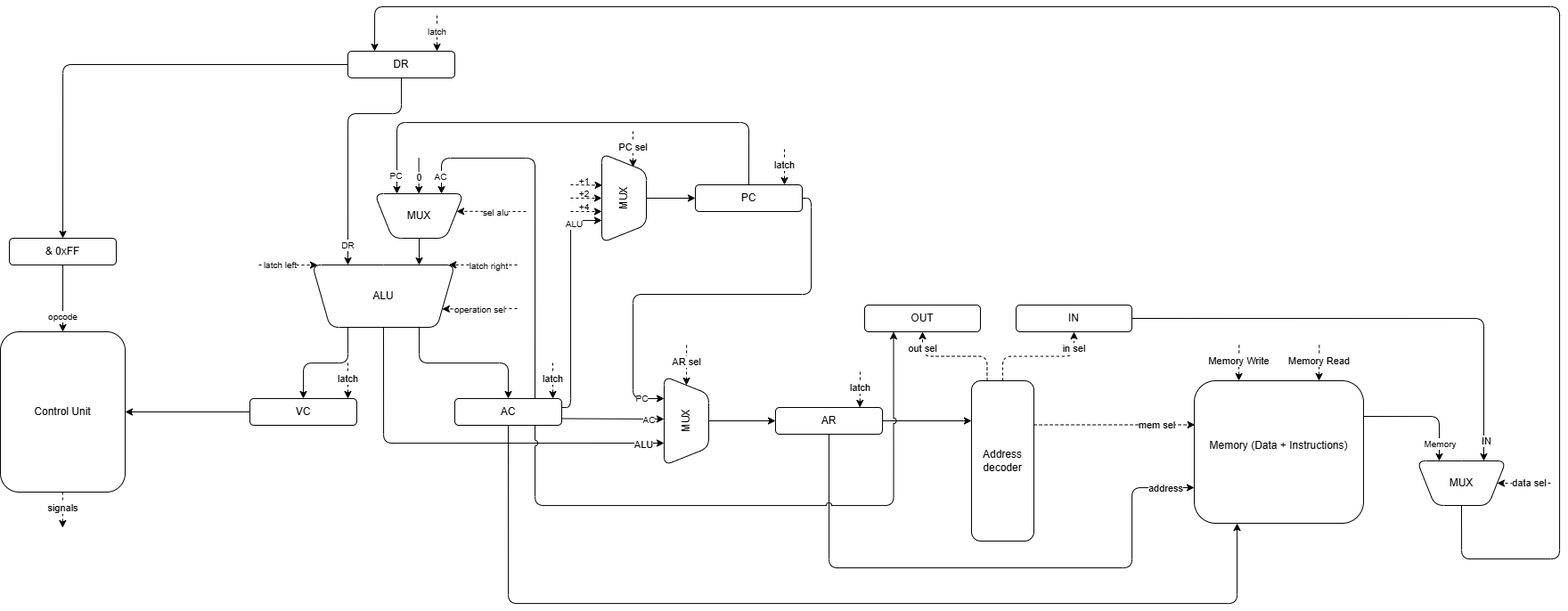
This is scheme/scheme_lab3.png from KatyaGalak/csa_lab3, a draw.io export, as it was before one commit. Source tidied: cells renumbered, new cells last; positions are measured from the earlier drawing's top-left corner, leaving out a move shared by most shapes.
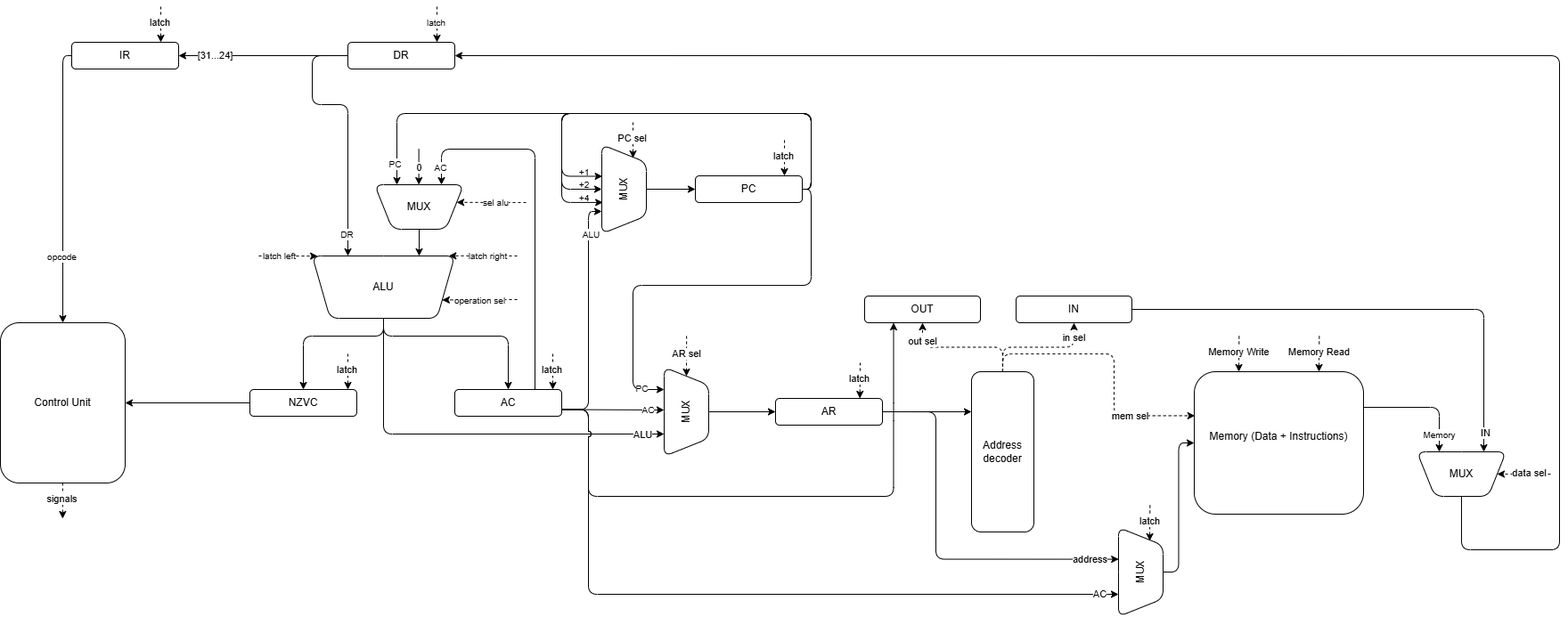
After the commit.

Diff of the diagram source:
```diff
@@ -16,14 +16,24 @@
     <mxCell id="5" style="edgeStyle=none;html=1;exitX=0;exitY=0.5;exitDx=0;exitDy=0;entryX=1;entryY=0.5;entryDx=0;entryDy=0;" parent="1" edge="1" source="6" target="25">
       <mxGeometry relative="1" as="geometry" />
     </mxCell>
-    <mxCell id="6" value="VC" style="rounded=1;whiteSpace=wrap;html=1;" parent="1" vertex="1">
+    <mxCell id="6" value="NZVC" style="rounded=1;whiteSpace=wrap;html=1;" parent="1" vertex="1">
       <mxGeometry x="280" y="440" width="120" height="30" as="geometry" />
     </mxCell>
-    <mxCell id="7" style="edgeStyle=orthogonalEdgeStyle;html=1;exitX=0.25;exitY=0;exitDx=0;exitDy=0;entryX=0.5;entryY=0;entryDx=0;entryDy=0;" parent="1" edge="1" source="11" target="45">
-      <mxGeometry relative="1" as="geometry" />
+    <mxCell id="7" style="edgeStyle=orthogonalEdgeStyle;html=1;exitX=0.5;exitY=0;exitDx=0;exitDy=0;entryX=0.5;entryY=0;entryDx=0;entryDy=0;" parent="1" edge="1" source="11" target="45">
+      <mxGeometry relative="1" as="geometry">
+        <Array as="points">
+          <mxPoint x="430" y="380" />
+          <mxPoint x="570" y="380" />
+        </Array>
+      </mxGeometry>
     </mxCell>
-    <mxCell id="8" style="edgeStyle=orthogonalEdgeStyle;html=1;exitX=0.75;exitY=0;exitDx=0;exitDy=0;entryX=0.5;entryY=0;entryDx=0;entryDy=0;" parent="1" edge="1" source="11" target="6">
-      <mxGeometry relative="1" as="geometry" />
+    <mxCell id="8" style="edgeStyle=orthogonalEdgeStyle;html=1;exitX=0.5;exitY=0;exitDx=0;exitDy=0;entryX=0.5;entryY=0;entryDx=0;entryDy=0;" parent="1" edge="1" source="11" target="6">
+      <mxGeometry relative="1" as="geometry">
+        <Array as="points">
+          <mxPoint x="430" y="380" />
+          <mxPoint x="340" y="380" />
+        </Array>
+      </mxGeometry>
     </mxCell>
     <mxCell id="9" style="edgeStyle=orthogonalEdgeStyle;html=1;exitX=0.5;exitY=0;exitDx=0;exitDy=0;entryX=0.25;entryY=0;entryDx=0;entryDy=0;" parent="1" edge="1" source="11" target="47">
       <mxGeometry relative="1" as="geometry" />
@@ -47,10 +57,11 @@
     <mxCell id="13" value="&lt;font style=&quot;font-size: 10px;&quot;&gt;PC&lt;/font&gt;" style="edgeLabel;html=1;align=center;verticalAlign=middle;" parent="12" vertex="1">
       <mxGeometry x="0.89" y="1" relative="1" as="geometry" />
     </mxCell>
-    <mxCell id="14" style="edgeStyle=orthogonalEdgeStyle;html=1;exitX=0.5;exitY=0;exitDx=0;exitDy=0;entryX=0.25;entryY=0;entryDx=0;entryDy=0;" parent="1" edge="1" source="16" target="57">
+    <mxCell id="14" style="edgeStyle=orthogonalEdgeStyle;html=1;exitX=1;exitY=0.5;exitDx=0;exitDy=0;entryX=0.25;entryY=0;entryDx=0;entryDy=0;" parent="1" edge="1" source="16" target="57">
       <mxGeometry relative="1" as="geometry">
         <Array as="points">
-          <mxPoint x="840" y="130" />
+          <mxPoint x="910" y="215" />
+          <mxPoint x="910" y="130" />
           <mxPoint x="445" y="130" />
         </Array>
       </mxGeometry>
@@ -58,34 +69,43 @@
     <mxCell id="15" value="&lt;font style=&quot;font-size: 10px;&quot;&gt;PC&lt;/font&gt;" style="edgeLabel;html=1;align=center;verticalAlign=middle;" parent="14" vertex="1">
       <mxGeometry x="0.93" y="-2" relative="1" as="geometry" />
     </mxCell>
+    <mxCell id="94" style="edgeStyle=orthogonalEdgeStyle;html=1;exitX=1;exitY=0.5;exitDx=0;exitDy=0;entryX=0.5;entryY=0;entryDx=0;entryDy=0;" parent="1" edge="1" source="16" target="81">
+      <mxGeometry relative="1" as="geometry">
+        <Array as="points">
+          <mxPoint x="910" y="215" />
+          <mxPoint x="910" y="130" />
+          <mxPoint x="630" y="130" />
+          <mxPoint x="630" y="215" />
+        </Array>
+      </mxGeometry>
+    </mxCell>
     <mxCell id="16" value="&lt;div&gt;PC&lt;/div&gt;" style="rounded=1;whiteSpace=wrap;html=1;" parent="1" vertex="1">
       <mxGeometry x="780" y="200" width="120" height="30" as="geometry" />
     </mxCell>
     <mxCell id="17" style="edgeStyle=orthogonalEdgeStyle;html=1;exitX=1;exitY=0.5;exitDx=0;exitDy=0;entryX=0;entryY=0.25;entryDx=0;entryDy=0;" parent="1" edge="1" source="20" target="32">
       <mxGeometry relative="1" as="geometry" />
     </mxCell>
-    <mxCell id="18" style="edgeStyle=orthogonalEdgeStyle;html=1;exitX=0.5;exitY=1;exitDx=0;exitDy=0;entryX=0;entryY=0.75;entryDx=0;entryDy=0;" parent="1" edge="1" source="20" target="4">
+    <mxCell id="18" style="edgeStyle=orthogonalEdgeStyle;html=1;exitX=1;exitY=0.5;exitDx=0;exitDy=0;entryX=0.644;entryY=0.996;entryDx=0;entryDy=0;entryPerimeter=0;" parent="1" edge="1" source="20" target="102">
       <mxGeometry relative="1" as="geometry">
         <Array as="points">
-          <mxPoint x="930" y="630" />
-          <mxPoint x="1270" y="630" />
-          <mxPoint x="1270" y="540" />
+          <mxPoint x="1050" y="465" />
+          <mxPoint x="1050" y="631" />
         </Array>
       </mxGeometry>
     </mxCell>
     <mxCell id="19" value="address" style="edgeLabel;html=1;align=center;verticalAlign=middle;" parent="18" vertex="1">
-      <mxGeometry x="0.9" relative="1" as="geometry" />
+      <mxGeometry x="0.9" relative="1" as="geometry">
+        <mxPoint x="-11" as="offset" />
+      </mxGeometry>
     </mxCell>
     <mxCell id="20" value="&lt;div&gt;AR&lt;/div&gt;" style="rounded=1;whiteSpace=wrap;html=1;" parent="1" vertex="1">
       <mxGeometry x="870" y="450" width="120" height="30" as="geometry" />
     </mxCell>
-    <mxCell id="21" style="edgeStyle=orthogonalEdgeStyle;html=1;exitX=0;exitY=0.5;exitDx=0;exitDy=0;entryX=0.5;entryY=0;entryDx=0;entryDy=0;" parent="1" edge="1" source="24" target="55">
-      <mxGeometry relative="1" as="geometry" />
-    </mxCell>
-    <mxCell id="22" style="edgeStyle=orthogonalEdgeStyle;html=1;exitX=0.5;exitY=1;exitDx=0;exitDy=0;entryX=0.75;entryY=1;entryDx=0;entryDy=0;" parent="1" edge="1" source="24" target="11">
+    <mxCell id="22" style="edgeStyle=orthogonalEdgeStyle;html=1;exitX=0;exitY=0.5;exitDx=0;exitDy=0;entryX=0.75;entryY=1;entryDx=0;entryDy=0;" parent="1" edge="1" source="24" target="11">
       <mxGeometry relative="1" as="geometry">
         <Array as="points">
-          <mxPoint x="450" y="120" />
+          <mxPoint x="350" y="65" />
+          <mxPoint x="350" y="120" />
           <mxPoint x="390" y="120" />
         </Array>
       </mxGeometry>
@@ -93,14 +113,28 @@
     <mxCell id="23" value="&lt;font style=&quot;font-size: 10px;&quot;&gt;DR&lt;/font&gt;" style="edgeLabel;html=1;align=center;verticalAlign=middle;" parent="22" vertex="1">
       <mxGeometry x="0.84" y="-1" relative="1" as="geometry" />
     </mxCell>
+    <mxCell id="95" style="edgeStyle=none;html=1;exitX=0;exitY=0.5;exitDx=0;exitDy=0;entryX=1;entryY=0.5;entryDx=0;entryDy=0;" parent="1" edge="1" source="24" target="98">
+      <mxGeometry relative="1" as="geometry" />
+    </mxCell>
+    <mxCell id="96" value="[31...24]" style="edgeLabel;html=1;align=center;verticalAlign=middle;" parent="95" vertex="1">
+      <mxGeometry x="0.77" relative="1" as="geometry">
+        <mxPoint x="18" as="offset" />
+      </mxGeometry>
+    </mxCell>
     <mxCell id="24" value="&lt;div&gt;DR&lt;/div&gt;" style="rounded=1;whiteSpace=wrap;html=1;" parent="1" vertex="1">
       <mxGeometry x="390" y="50" width="120" height="30" as="geometry" />
     </mxCell>
     <mxCell id="25" value="&lt;div&gt;Control Unit&lt;/div&gt;" style="rounded=1;whiteSpace=wrap;html=1;" parent="1" vertex="1">
       <mxGeometry y="365" width="140" height="180" as="geometry" />
     </mxCell>
-    <mxCell id="26" style="edgeStyle=none;html=1;exitX=1.001;exitY=0.275;exitDx=0;exitDy=0;entryX=0.004;entryY=0.309;entryDx=0;entryDy=0;exitPerimeter=0;entryPerimeter=0;dashed=1;" parent="1" edge="1" source="32" target="4">
-      <mxGeometry relative="1" as="geometry" />
+    <mxCell id="26" style="edgeStyle=orthogonalEdgeStyle;html=1;exitX=0.5;exitY=0;exitDx=0;exitDy=0;entryX=0.004;entryY=0.309;entryDx=0;entryDy=0;entryPerimeter=0;dashed=1;" parent="1" edge="1" source="32" target="4">
+      <mxGeometry relative="1" as="geometry">
+        <Array as="points">
+          <mxPoint x="1125" y="400" />
+          <mxPoint x="1250" y="400" />
+          <mxPoint x="1250" y="469" />
+        </Array>
+      </mxGeometry>
     </mxCell>
     <mxCell id="27" value="mem sel" style="edgeLabel;html=1;align=center;verticalAlign=middle;" parent="26" vertex="1">
       <mxGeometry x="0.52" relative="1" as="geometry" />
@@ -111,7 +145,7 @@
     <mxCell id="29" value="in sel" style="edgeLabel;html=1;align=center;verticalAlign=middle;" parent="28" vertex="1">
       <mxGeometry x="0.74" y="1" relative="1" as="geometry" />
     </mxCell>
-    <mxCell id="30" style="edgeStyle=orthogonalEdgeStyle;html=1;exitX=0.25;exitY=0;exitDx=0;exitDy=0;entryX=0.5;entryY=1;entryDx=0;entryDy=0;dashed=1;" parent="1" edge="1" source="32" target="36">
+    <mxCell id="30" style="edgeStyle=orthogonalEdgeStyle;html=1;exitX=0.5;exitY=0;exitDx=0;exitDy=0;entryX=0.5;entryY=1;entryDx=0;entryDy=0;dashed=1;" parent="1" edge="1" source="32" target="36">
       <mxGeometry relative="1" as="geometry" />
     </mxCell>
     <mxCell id="31" value="out sel" style="edgeLabel;html=1;align=center;verticalAlign=middle;" parent="30" vertex="1">
@@ -138,22 +172,23 @@
     <mxCell id="38" value="&lt;font style=&quot;font-size: 10px;&quot;&gt;AC&lt;/font&gt;" style="edgeLabel;html=1;align=center;verticalAlign=middle;" parent="37" vertex="1">
       <mxGeometry x="0.68" relative="1" as="geometry" />
     </mxCell>
-    <mxCell id="39" style="edgeStyle=orthogonalEdgeStyle;html=1;exitX=0.5;exitY=1;exitDx=0;exitDy=0;entryX=0.25;entryY=1;entryDx=0;entryDy=0;" parent="1" edge="1" source="45" target="4">
+    <mxCell id="39" style="edgeStyle=orthogonalEdgeStyle;html=1;exitX=1;exitY=0.75;exitDx=0;exitDy=0;entryX=0.25;entryY=0;entryDx=0;entryDy=0;jumpStyle=arc;" parent="1" edge="1" source="45" target="102">
       <mxGeometry relative="1" as="geometry">
         <Array as="points">
-          <mxPoint x="570" y="670" />
-          <mxPoint x="1388" y="670" />
-          <mxPoint x="1388" y="580" />
+          <mxPoint x="660" y="463" />
+          <mxPoint x="660" y="670" />
         </Array>
       </mxGeometry>
     </mxCell>
+    <mxCell id="97" value="AC" style="edgeLabel;html=1;align=center;verticalAlign=middle;" parent="39" vertex="1">
+      <mxGeometry x="0.95" relative="1" as="geometry" />
+    </mxCell>
-    <mxCell id="40" style="edgeStyle=orthogonalEdgeStyle;html=1;exitX=0.75;exitY=0;exitDx=0;exitDy=0;entryX=0.25;entryY=0;entryDx=0;entryDy=0;" parent="1" edge="1">
+    <mxCell id="40" style="edgeStyle=orthogonalEdgeStyle;html=1;entryX=0.25;entryY=0;entryDx=0;entryDy=0;exitX=1;exitY=0.75;exitDx=0;exitDy=0;" parent="1" edge="1" source="45">
       <mxGeometry relative="1" as="geometry">
-        <mxPoint x="630" y="450" as="sourcePoint" />
         <mxPoint x="675" y="240" as="targetPoint" />
         <Array as="points">
-          <mxPoint x="640" y="450" />
-          <mxPoint x="640" y="240" />
+          <mxPoint x="660" y="462" />
+          <mxPoint x="660" y="240" />
         </Array>
       </mxGeometry>
     </mxCell>
@@ -173,10 +208,11 @@
         <mxPoint y="4" as="offset" />
       </mxGeometry>
     </mxCell>
-    <mxCell id="44" style="edgeStyle=orthogonalEdgeStyle;html=1;exitX=0.75;exitY=1;exitDx=0;exitDy=0;entryX=0.25;entryY=1;entryDx=0;entryDy=0;shadow=0;flowAnimation=0;jumpStyle=arc;" parent="1" edge="1" source="45" target="36">
+    <mxCell id="44" style="edgeStyle=orthogonalEdgeStyle;html=1;exitX=1;exitY=0.75;exitDx=0;exitDy=0;entryX=0.25;entryY=1;entryDx=0;entryDy=0;shadow=0;flowAnimation=0;jumpStyle=arc;" parent="1" edge="1" source="45" target="36">
       <mxGeometry relative="1" as="geometry">
         <Array as="points">
-          <mxPoint x="600" y="560" />
+          <mxPoint x="660" y="462" />
+          <mxPoint x="660" y="560" />
           <mxPoint x="1002" y="560" />
         </Array>
       </mxGeometry>
@@ -195,36 +231,26 @@
         <mxPoint x="725" y="215" as="sourcePoint" />
       </mxGeometry>
     </mxCell>
-    <mxCell id="49" style="edgeStyle=none;html=1;entryX=0.645;entryY=0.012;entryDx=0;entryDy=0;dashed=1;entryPerimeter=0;" parent="1" edge="1">
+    <mxCell id="49" style="edgeStyle=orthogonalEdgeStyle;html=1;entryX=0.645;entryY=0.012;entryDx=0;entryDy=0;entryPerimeter=0;exitX=1;exitY=0.5;exitDx=0;exitDy=0;" parent="1" edge="1" source="16">
       <mxGeometry relative="1" as="geometry">
-        <mxPoint x="640" y="200" as="sourcePoint" />
         <mxPoint x="675.6" y="200.5" as="targetPoint" />
+        <Array as="points">
+          <mxPoint x="910" y="215" />
+          <mxPoint x="910" y="130" />
+          <mxPoint x="630" y="130" />
+          <mxPoint x="630" y="200" />
+        </Array>
       </mxGeometry>
     </mxCell>
-    <mxCell id="50" style="edgeStyle=none;html=1;entryX=0.5;entryY=0;entryDx=0;entryDy=0;dashed=1;" parent="1" edge="1">
-      <mxGeometry relative="1" as="geometry">
-        <mxPoint x="640" y="214.9" as="sourcePoint" />
-        <mxPoint x="675" y="215" as="targetPoint" />
-      </mxGeometry>
-    </mxCell>
-    <mxCell id="51" style="edgeStyle=none;html=1;dashed=1;" parent="1" edge="1">
-      <mxGeometry relative="1" as="geometry">
-        <mxPoint x="640" y="230" as="sourcePoint" />
-        <mxPoint x="675" y="230" as="targetPoint" />
-      </mxGeometry>
-    </mxCell>
     <mxCell id="52" value="&lt;font style=&quot;font-size: 10px;&quot;&gt;+1&lt;/font&gt;&lt;div&gt;&lt;font style=&quot;font-size: 10px;&quot;&gt;+2&lt;br&gt;+4&lt;/font&gt;&lt;/div&gt;" style="text;html=1;align=center;verticalAlign=middle;strokeColor=none;fillColor=none;" parent="1" vertex="1">
       <mxGeometry x="640" y="180" width="30" height="60" as="geometry" />
     </mxCell>
-    <mxCell id="53" style="edgeStyle=none;html=1;exitX=0.5;exitY=1;exitDx=0;exitDy=0;entryX=0.5;entryY=0;entryDx=0;entryDy=0;" parent="1" edge="1" source="55" target="25">
+    <mxCell id="53" style="edgeStyle=orthogonalEdgeStyle;html=1;exitX=0;exitY=0.5;exitDx=0;exitDy=0;entryX=0.5;entryY=0;entryDx=0;entryDy=0;" parent="1" edge="1" source="98" target="25">
       <mxGeometry relative="1" as="geometry" />
     </mxCell>
     <mxCell id="54" value="&lt;font style=&quot;font-size: 10px;&quot;&gt;opcode&lt;/font&gt;" style="edgeLabel;html=1;align=center;verticalAlign=middle;" parent="53" vertex="1">
       <mxGeometry x="0.52" y="-1" relative="1" as="geometry" />
     </mxCell>
-    <mxCell id="55" value="&amp;amp; 0xFF" style="rounded=1;whiteSpace=wrap;html=1;" parent="1" vertex="1">
-      <mxGeometry x="10" y="260" width="120" height="30" as="geometry" />
-    </mxCell>
     <mxCell id="56" style="edgeStyle=none;html=1;exitX=0.5;exitY=1;exitDx=0;exitDy=0;entryX=0.25;entryY=1;entryDx=0;entryDy=0;" parent="1" edge="1" source="57" target="11">
       <mxGeometry relative="1" as="geometry" />
     </mxCell>
@@ -297,13 +323,12 @@
     <mxCell id="72" value="AR sel" style="edgeLabel;html=1;align=center;verticalAlign=middle;" parent="71" vertex="1">
       <mxGeometry x="-0.16" y="-1" relative="1" as="geometry" />
     </mxCell>
-    <mxCell id="73" style="edgeStyle=orthogonalEdgeStyle;html=1;exitX=0.5;exitY=1;exitDx=0;exitDy=0;entryX=0.25;entryY=0;entryDx=0;entryDy=0;" parent="1" edge="1" source="74" target="24">
+    <mxCell id="73" style="edgeStyle=orthogonalEdgeStyle;html=1;exitX=0.5;exitY=1;exitDx=0;exitDy=0;entryX=1;entryY=0.5;entryDx=0;entryDy=0;" parent="1" edge="1" source="74" target="24">
       <mxGeometry relative="1" as="geometry">
         <Array as="points">
           <mxPoint x="1640" y="620" />
           <mxPoint x="1750" y="620" />
-          <mxPoint x="1750" />
-          <mxPoint x="420" />
+          <mxPoint x="1750" y="65" />
         </Array>
       </mxGeometry>
     </mxCell>
@@ -394,5 +419,42 @@
     <mxCell id="93" value="data sel" style="edgeLabel;html=1;align=center;verticalAlign=middle;" parent="92" vertex="1">
       <mxGeometry x="-0.16" y="-1" relative="1" as="geometry" />
     </mxCell>
+    <mxCell id="98" value="IR" style="rounded=1;whiteSpace=wrap;html=1;" parent="1" vertex="1">
+      <mxGeometry x="80" y="50" width="120" height="30" as="geometry" />
+    </mxCell>
+    <mxCell id="99" style="edgeStyle=none;html=1;dashed=1;entryX=0.25;entryY=0;entryDx=0;entryDy=0;" parent="1" edge="1">
+      <mxGeometry relative="1" as="geometry">
+        <mxPoint x="180" y="10" as="sourcePoint" />
+        <mxPoint x="180" y="50" as="targetPoint" />
+      </mxGeometry>
+    </mxCell>
+    <mxCell id="100" value="latch" style="edgeLabel;html=1;align=center;verticalAlign=middle;" parent="99" vertex="1">
+      <mxGeometry x="-0.16" y="-1" relative="1" as="geometry" />
+    </mxCell>
+    <mxCell id="101" style="edgeStyle=orthogonalEdgeStyle;html=1;exitX=0.5;exitY=1;exitDx=0;exitDy=0;entryX=0;entryY=0.5;entryDx=0;entryDy=0;" parent="1" edge="1" source="102" target="4">
+      <mxGeometry relative="1" as="geometry" />
+    </mxCell>
+    <mxCell id="102" value="MUX" style="shape=trapezoid;perimeter=trapezoidPerimeter;whiteSpace=wrap;html=1;fixedSize=1;rotation=-90;verticalAlign=middle;horizontal=1;flipV=1;legacyAnchorPoints=0;rounded=1;" parent="1" vertex="1">
+      <mxGeometry x="1230" y="620" width="100" height="50" as="geometry" />
+    </mxCell>
+    <mxCell id="103" style="edgeStyle=none;html=1;dashed=1;entryX=0.25;entryY=0;entryDx=0;entryDy=0;" parent="1" edge="1">
+      <mxGeometry relative="1" as="geometry">
+        <mxPoint x="1290.3" y="570" as="sourcePoint" />
+        <mxPoint x="1290" y="610" as="targetPoint" />
+      </mxGeometry>
+    </mxCell>
+    <mxCell id="104" value="latch" style="edgeLabel;html=1;align=center;verticalAlign=middle;" parent="103" vertex="1">
+      <mxGeometry x="-0.16" y="-1" relative="1" as="geometry" />
+    </mxCell>
+    <mxCell id="105" style="edgeStyle=orthogonalEdgeStyle;html=1;exitX=1;exitY=0.5;exitDx=0;exitDy=0;entryX=0.351;entryY=0.977;entryDx=0;entryDy=0;entryPerimeter=0;" parent="1" edge="1" source="16" target="81">
+      <mxGeometry relative="1" as="geometry">
+        <Array as="points">
+          <mxPoint x="910" y="215" />
+          <mxPoint x="910" y="130" />
+          <mxPoint x="630" y="130" />
+          <mxPoint x="630" y="230" />
+        </Array>
+      </mxGeometry>
+    </mxCell>
   </root>
 </mxGraphModel>
```
